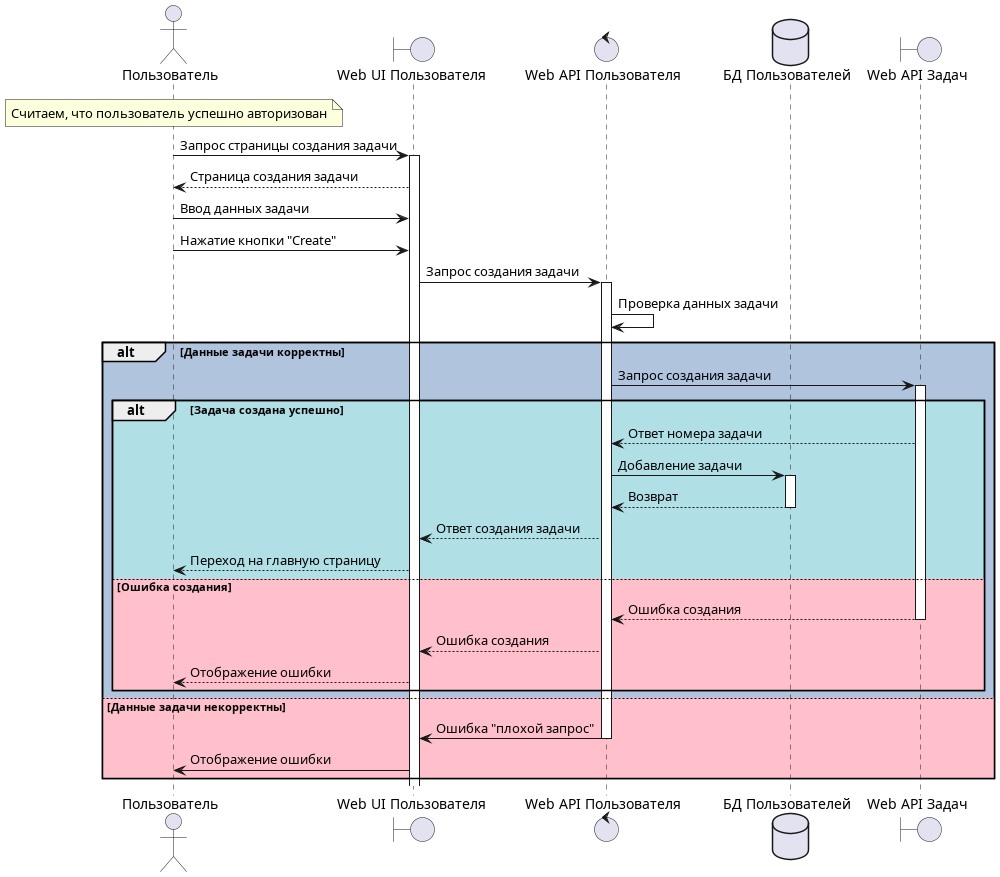
This is docs/diagrams/img/sequence/User.WebApp/User job creation.png from mrypdm/JobSystem, a PlantUML export, as it was before one commit.
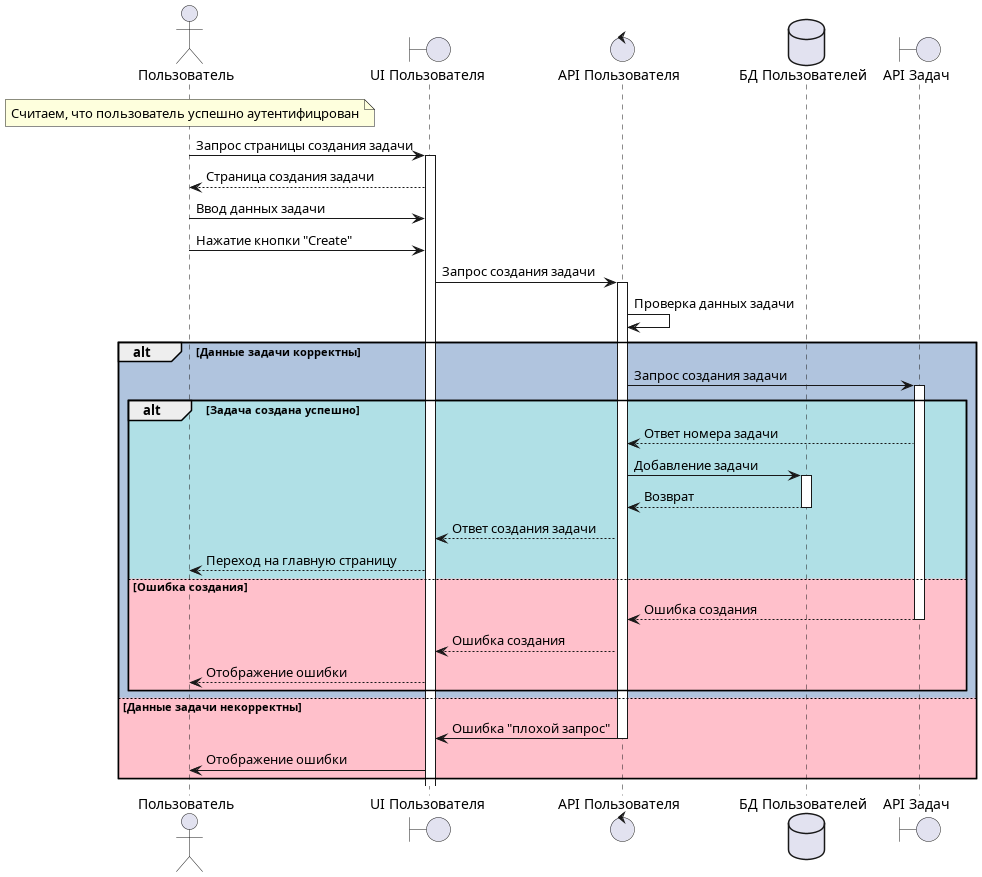
Above is the later version.

What changed in the source:
```diff
@@ -1,12 +1,12 @@
 @startuml User job creation
 
 actor Пользователь as USER
-note over USER: Считаем, что пользователь успешно авторизован
+note over USER: Считаем, что пользователь успешно аутентифицрован
 
-boundary "Web UI Пользователя" as UI
-control "Web API Пользователя" as API
+boundary "UI Пользователя" as UI
+control "API Пользователя" as API
 database "БД Пользователей" as DB
-boundary "Web API Задач" as JOBS
+boundary "API Задач" as JOBS
 
 USER -> UI++: Запрос страницы создания задачи
 UI --> USER: Страница создания задачи
```
